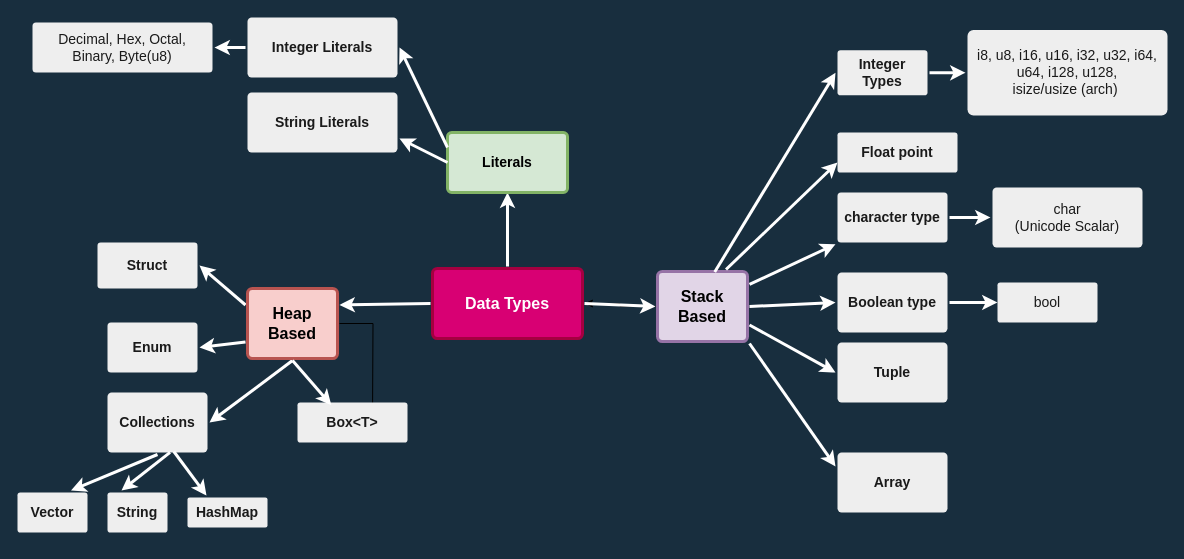
This is page "Data Types" (1 of 2) of datatypes.drawio from gftea/rust_lang_notes, a draw.io file, before an edit. Source tidied: cells renumbered, new cells numbered last; positions are measured from the earlier drawing's top-left corner, leaving out a move shared by most shapes. Both pictures are drawn from the tidied source at 100%, with x=0, y=0 at pixel (17, 17).
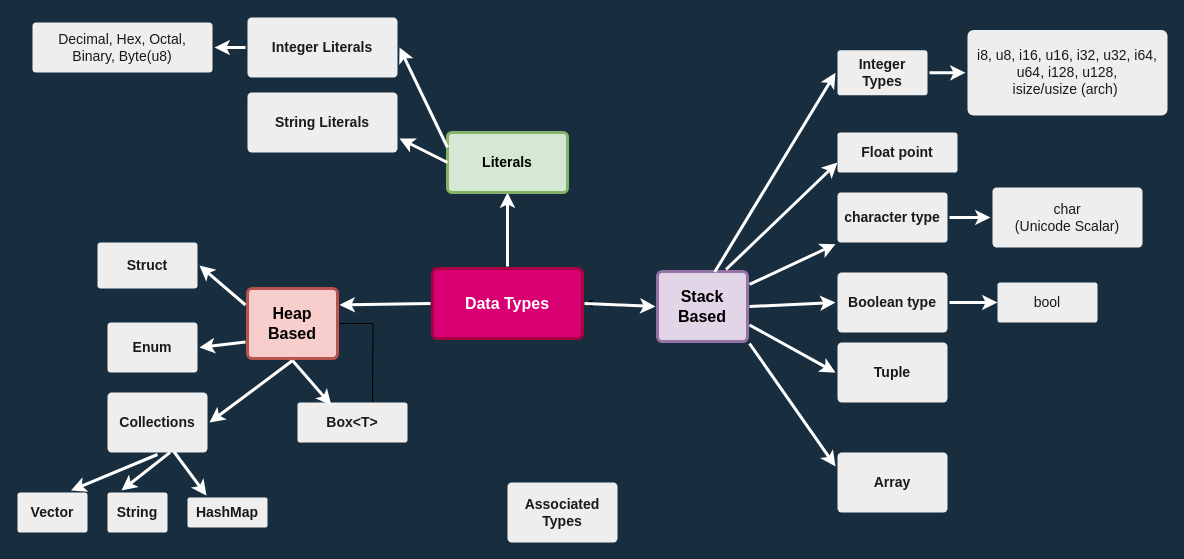
The same diagram, later.

Change to the diagram source:
```diff
@@
+    <mxCell id="49" value="Associated Types" style="rounded=1;whiteSpace=wrap;html=1;shadow=0;labelBackgroundColor=none;strokeColor=none;strokeWidth=3;fillColor=#EEEEEE;fontFamily=Helvetica;fontSize=14;fontColor=#1A1A1A;align=center;spacing=5;fontStyle=1;arcSize=7;perimeterSpacing=2;" parent="1" vertex="1">
+      <mxGeometry x="490" y="465" width="110" height="60" as="geometry" />
+    </mxCell>
```
